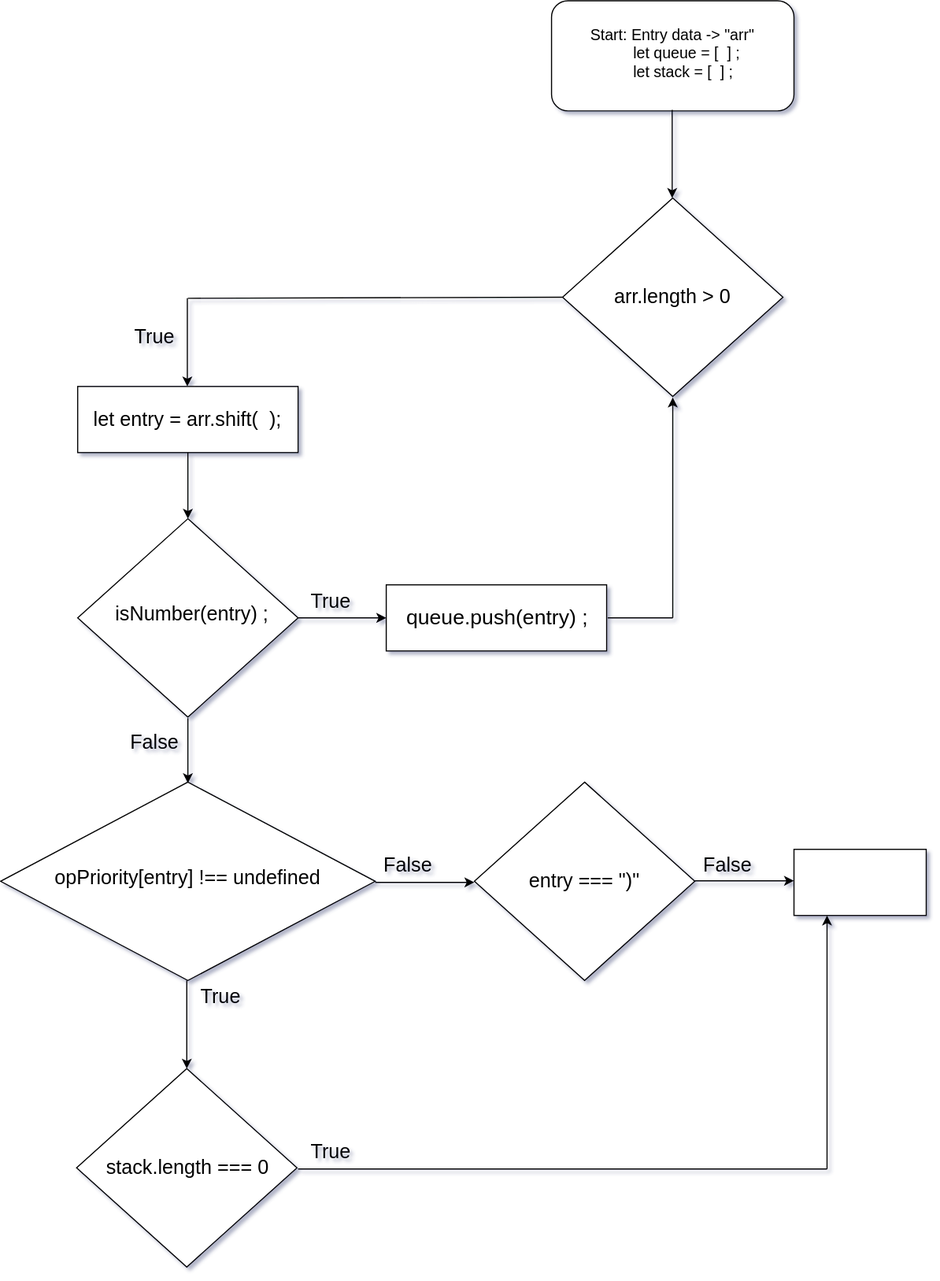
jcgm3205/jcgm3205 keeps this draw.io diagram as Untitled Diagram.drawio.svg. Above is the earlier version. Source tidied: cells renumbered, new cells last; positions are measured from the earlier drawing's top-left corner, leaving out a move shared by most shapes.
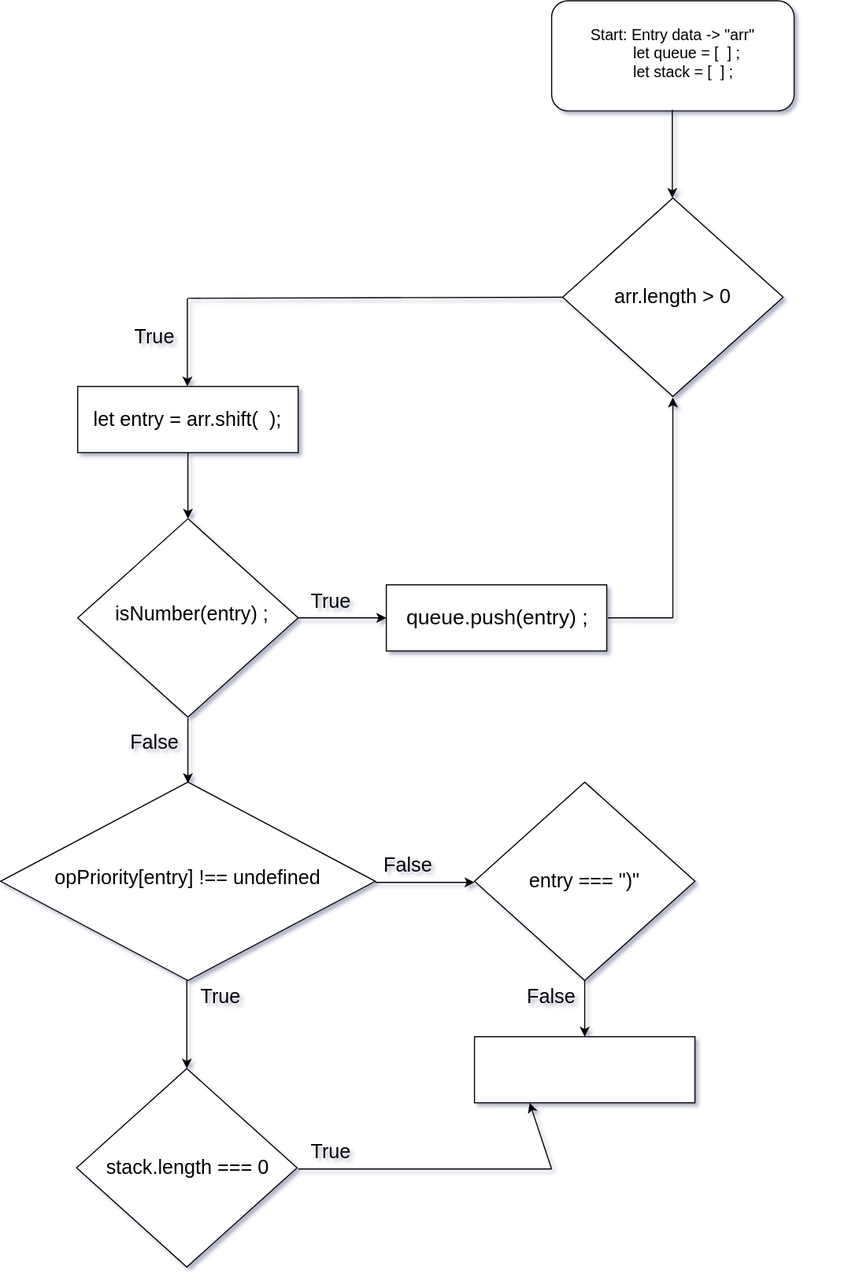
After the change.

The edit, as a diff of the source:
```diff
@@ -119,16 +119,15 @@
       <mxGeometry x="340" y="770" width="60" height="30" as="geometry" />
     </mxCell>
     <mxCell id="31" value="False" style="text;html=1;strokeColor=none;fillColor=none;align=center;verticalAlign=middle;whiteSpace=wrap;rounded=0;fontSize=18;" parent="1" vertex="1">
-      <mxGeometry x="630" y="770" width="60" height="30" as="geometry" />
+      <mxGeometry x="470" y="889" width="60" height="30" as="geometry" />
     </mxCell>
-    <mxCell id="32" style="endArrow=classic;html=1;rounded=0;fontSize=18;" parent="1" edge="1">
+    <mxCell id="32" style="endArrow=classic;html=1;rounded=0;fontSize=18;entryX=0.5;entryY=0;entryDx=0;entryDy=0;" parent="1" edge="1" target="33">
       <mxGeometry relative="1" as="geometry">
-        <mxPoint x="630" y="798.6" as="sourcePoint" />
-        <mxPoint x="720" y="798.6" as="targetPoint" />
+        <mxPoint x="530" y="889" as="sourcePoint" />
       </mxGeometry>
     </mxCell>
     <mxCell id="33" style="rounded=0;whiteSpace=wrap;html=1;fontSize=18;" parent="1" vertex="1">
-      <mxGeometry x="720" y="770" width="120" height="60" as="geometry" />
+      <mxGeometry x="430" y="940" width="200" height="60" as="geometry" />
     </mxCell>
     <mxCell id="34" value="&lt;font style=&quot;font-size: 18px&quot;&gt;stack.length === 0&lt;/font&gt;" style="text;html=1;strokeColor=none;fillColor=none;align=center;verticalAlign=middle;whiteSpace=wrap;rounded=0;fontSize=15;strokeWidth=2;" parent="1" vertex="1">
       <mxGeometry x="80" y="1044" width="180" height="30" as="geometry" />
@@ -139,12 +138,12 @@
     <mxCell id="36" style="endArrow=none;html=1;rounded=0;fontSize=18;" parent="1" edge="1">
       <mxGeometry relative="1" as="geometry">
         <mxPoint x="270" y="1060" as="sourcePoint" />
-        <mxPoint x="750" y="1060" as="targetPoint" />
+        <mxPoint x="500" y="1060" as="targetPoint" />
       </mxGeometry>
     </mxCell>
     <mxCell id="37" style="endArrow=classic;html=1;rounded=0;fontSize=18;entryX=0.25;entryY=1;entryDx=0;entryDy=0;" parent="1" edge="1" target="33">
       <mxGeometry relative="1" as="geometry">
-        <mxPoint x="750" y="1060" as="sourcePoint" />
+        <mxPoint x="500" y="1060" as="sourcePoint" />
       </mxGeometry>
     </mxCell>
     <mxCell id="38" value="True" style="text;html=1;strokeColor=none;fillColor=none;align=center;verticalAlign=middle;whiteSpace=wrap;rounded=0;fontSize=18;" parent="1" vertex="1">
```
